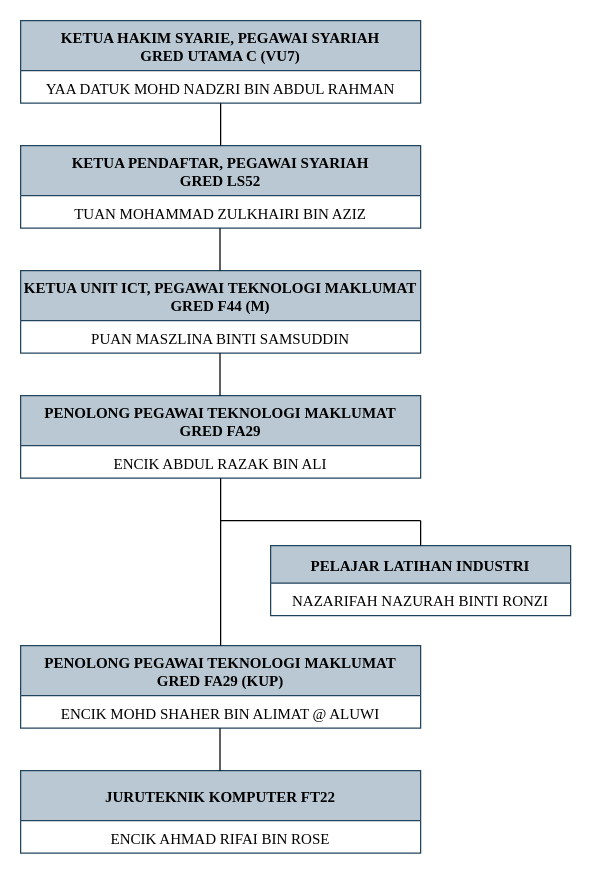
The draw.io diagram organization.drawio in Nazarifah/week2ClassDiagram, before the edit. Source tidied: cells renumbered, new cells numbered last; positions are measured from the earlier drawing's top-left corner, leaving out a move shared by most shapes. Both pictures are drawn from the tidied source at 125%, with x=0, y=0 at pixel (20, 20).
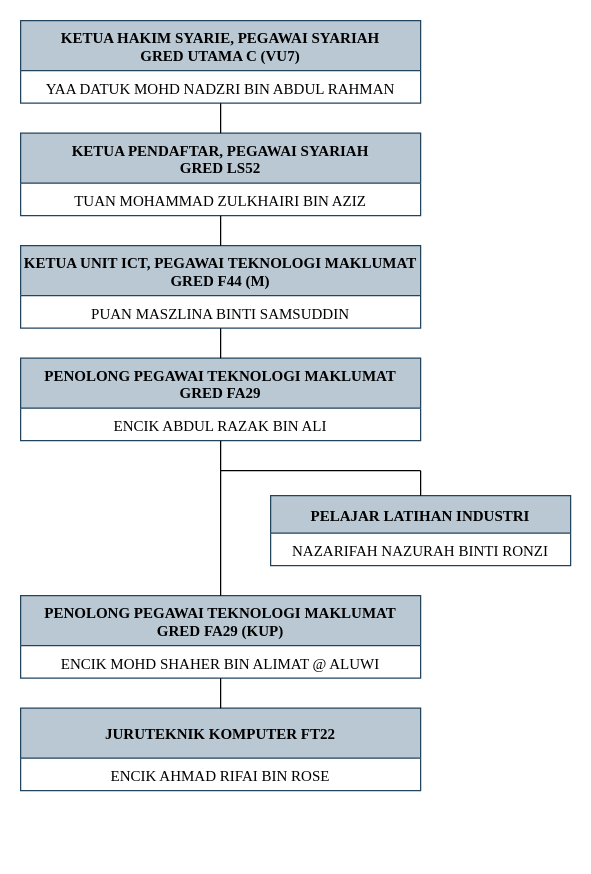
The same page after the edit.

Unchanged cells that the change refers to:
```xml
<mxCell id="3" value="TUAN MOHAMMAD ZULKHAIRI BIN AZIZ" style="text;align=center;verticalAlign=top;spacingLeft=4;spacingRight=4;overflow=hidden;points=[[0,0.5],[1,0.5]];portConstraint=eastwest;fontFamily=Times New Roman;spacingTop=1;" parent="2" vertex="1">
  <mxGeometry y="40" width="320" height="26" as="geometry" />
</mxCell>
<mxCell id="11" value="ENCIK MOHD SHAHER BIN ALIMAT @ ALUWI" style="text;align=center;verticalAlign=top;spacingLeft=4;spacingRight=4;overflow=hidden;points=[[0,0.5],[1,0.5]];portConstraint=eastwest;fontFamily=Times New Roman;spacingTop=1;" parent="10" vertex="1">
  <mxGeometry y="40" width="320" height="26" as="geometry" />
</mxCell>
<mxCell id="13" value="PUAN MASZLINA BINTI SAMSUDDIN" style="text;align=center;verticalAlign=top;spacingLeft=4;spacingRight=4;overflow=hidden;points=[[0,0.5],[1,0.5]];portConstraint=eastwest;fontFamily=Times New Roman;spacingTop=1;" parent="12" vertex="1">
  <mxGeometry y="40" width="320" height="26" as="geometry" />
</mxCell>
```

What changed in the source:
```diff
@@
     <mxCell id="2" value="KETUA PENDAFTAR, PEGAWAI SYARIAH&#10;GRED LS52" style="swimlane;fontStyle=1;horizontal=1;startSize=40;fontFamily=Times New Roman;verticalAlign=middle;spacingTop=1;fillColor=#bac8d3;strokeColor=#23445d;" parent="1" vertex="1">
-      <mxGeometry y="100" width="320" height="66" as="geometry" />
+      <mxGeometry y="90" width="320" height="66" as="geometry" />
     </mxCell>
@@
     <mxCell id="4" value="JURUTEKNIK KOMPUTER FT22" style="swimlane;fontStyle=1;horizontal=1;startSize=40;fontFamily=Times New Roman;verticalAlign=middle;spacingTop=1;fillColor=#bac8d3;strokeColor=#23445d;" parent="1" vertex="1">
-      <mxGeometry y="600" width="320" height="66" as="geometry" />
+      <mxGeometry y="550" width="320" height="66" as="geometry" />
     </mxCell>
@@
     <mxCell id="6" value="PELAJAR LATIHAN INDUSTRI" style="swimlane;fontStyle=1;horizontal=1;startSize=30;fontFamily=Times New Roman;verticalAlign=middle;spacingTop=1;fillColor=#bac8d3;strokeColor=#23445d;" parent="1" vertex="1">
-      <mxGeometry x="200" y="420" width="240" height="56" as="geometry" />
+      <mxGeometry x="200" y="380" width="240" height="56" as="geometry" />
     </mxCell>
@@
     <mxCell id="10" value="PENOLONG PEGAWAI TEKNOLOGI MAKLUMAT&#10;GRED FA29 (KUP)" style="swimlane;fontStyle=1;horizontal=1;startSize=40;fontFamily=Times New Roman;verticalAlign=middle;spacingTop=1;fillColor=#bac8d3;strokeColor=#23445d;" parent="1" vertex="1">
-      <mxGeometry y="500" width="320" height="66" as="geometry" />
+      <mxGeometry y="460" width="320" height="66" as="geometry" />
     </mxCell>
@@
     <mxCell id="12" value="KETUA UNIT ICT, PEGAWAI TEKNOLOGI MAKLUMAT&#10;GRED F44 (M)" style="swimlane;fontStyle=1;horizontal=1;startSize=40;fontFamily=Times New Roman;verticalAlign=middle;spacingTop=1;fillColor=#bac8d3;strokeColor=#23445d;" parent="1" vertex="1">
-      <mxGeometry y="200" width="320" height="66" as="geometry" />
+      <mxGeometry y="180" width="320" height="66" as="geometry" />
     </mxCell>
@@
     <mxCell id="14" value="PENOLONG PEGAWAI TEKNOLOGI MAKLUMAT&#10;GRED FA29" style="swimlane;fontStyle=1;horizontal=1;startSize=40;fontFamily=Times New Roman;verticalAlign=middle;spacingTop=1;fillColor=#bac8d3;strokeColor=#23445d;" parent="1" vertex="1">
-      <mxGeometry y="300" width="320" height="66" as="geometry" />
+      <mxGeometry y="270" width="320" height="66" as="geometry" />
     </mxCell>
@@
-    <mxCell id="17" style="endArrow=none;html=1;fontFamily=Times New Roman;exitX=0.5;exitY=0;exitDx=0;exitDy=0;" parent="1" edge="1">
-      <mxGeometry relative="1" as="geometry">
-        <mxPoint x="159.5" y="200" as="sourcePoint" />
-        <mxPoint x="159.5" y="166" as="targetPoint" />
-      </mxGeometry>
+    <mxCell id="17" style="endArrow=none;html=1;fontFamily=Times New Roman;" parent="1" edge="1" source="12" target="3">
+      <mxGeometry relative="1" as="geometry" />
     </mxCell>
-    <mxCell id="18" style="endArrow=none;html=1;fontFamily=Times New Roman;exitX=0.5;exitY=0;exitDx=0;exitDy=0;" parent="1" edge="1">
-      <mxGeometry relative="1" as="geometry">
-        <mxPoint x="159.5" y="300" as="sourcePoint" />
-        <mxPoint x="159.5" y="266" as="targetPoint" />
-      </mxGeometry>
+    <mxCell id="18" style="endArrow=none;html=1;fontFamily=Times New Roman;exitX=0.5;exitY=0;exitDx=0;exitDy=0;" parent="1" edge="1" source="14" target="13">
+      <mxGeometry relative="1" as="geometry" />
     </mxCell>
-    <mxCell id="19" style="endArrow=none;html=1;fontFamily=Times New Roman;exitX=0.5;exitY=0;exitDx=0;exitDy=0;" parent="1" edge="1">
-      <mxGeometry relative="1" as="geometry">
-        <mxPoint x="159.5" y="600" as="sourcePoint" />
-        <mxPoint x="159.5" y="566" as="targetPoint" />
-      </mxGeometry>
+    <mxCell id="19" style="endArrow=none;html=1;fontFamily=Times New Roman;exitX=0.5;exitY=0;exitDx=0;exitDy=0;" parent="1" edge="1" source="4" target="11">
+      <mxGeometry relative="1" as="geometry" />
     </mxCell>
@@
     <mxCell id="21" style="endArrow=none;html=1;fontFamily=Times New Roman;" parent="1" edge="1">
       <mxGeometry relative="1" as="geometry">
-        <mxPoint x="160" y="400" as="sourcePoint" />
-        <mxPoint x="320" y="400" as="targetPoint" />
+        <mxPoint x="160" y="360" as="sourcePoint" />
+        <mxPoint x="320" y="360" as="targetPoint" />
       </mxGeometry>
     </mxCell>
-    <mxCell id="22" style="endArrow=none;html=1;fontFamily=Times New Roman;" parent="1" edge="1" source="6">
+    <mxCell id="22" style="endArrow=none;html=1;fontFamily=Times New Roman;exitX=0.5;exitY=0;exitDx=0;exitDy=0;" parent="1" edge="1" source="6">
       <mxGeometry relative="1" as="geometry">
-        <mxPoint x="320" y="400" as="targetPoint" />
+        <mxPoint x="320" y="360" as="targetPoint" />
       </mxGeometry>
     </mxCell>
```
